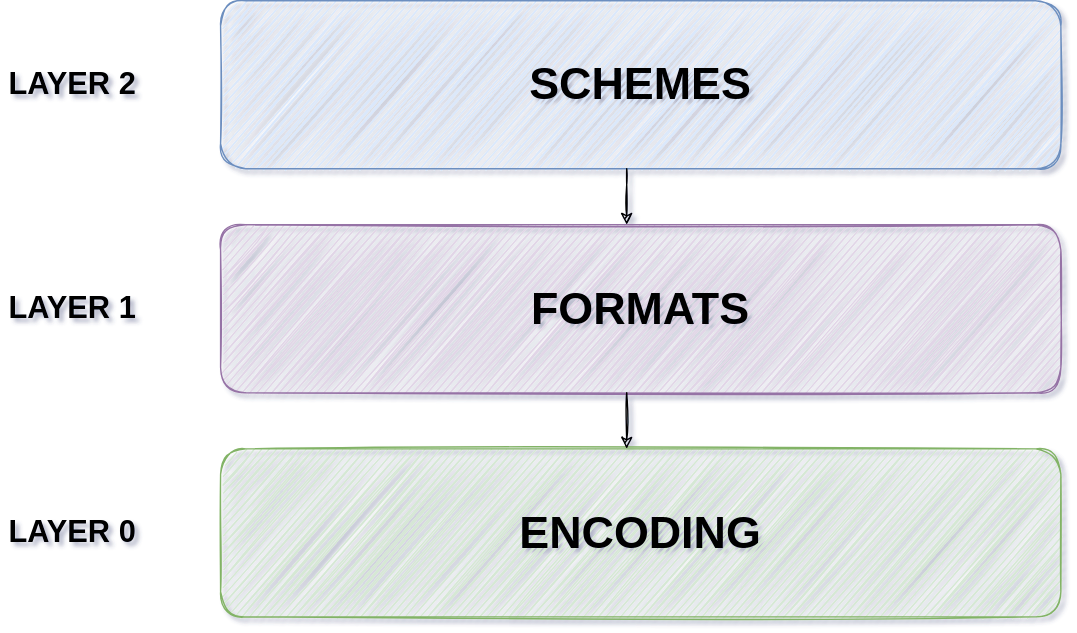
The draw.io diagram design/img/overview.svg in cryptobern/thetacrypt, before a commit. Source tidied: cells renumbered, new cells last; positions are measured from the earlier drawing's top-left corner, leaving out a move shared by most shapes. Source of this version:
```xml
<mxGraphModel shadow="1">
  <root>
    <mxCell id="0" />
    <mxCell id="1" parent="0" />
    <mxCell id="2" value="SCHEMES" style="whiteSpace=wrap;html=1;fontStyle=1;fontSize=32;fillColor=#dae8fc;strokeColor=#6c8ebf;rounded=1;sketch=1;" parent="1" vertex="1">
      <mxGeometry x="157" width="600" height="120" as="geometry" />
    </mxCell>
    <mxCell id="3" value="FORMATS" style="whiteSpace=wrap;html=1;fontStyle=1;fontSize=32;fillColor=#e1d5e7;strokeColor=#9673a6;rounded=1;sketch=1;" parent="1" vertex="1">
      <mxGeometry x="157" y="160" width="600" height="120" as="geometry" />
    </mxCell>
    <mxCell id="4" value="ENCODING" style="whiteSpace=wrap;html=1;fontStyle=1;fontSize=32;fillColor=#d5e8d4;strokeColor=#82b366;rounded=1;sketch=1;" parent="1" vertex="1">
      <mxGeometry x="157" y="320" width="600" height="120" as="geometry" />
    </mxCell>
    <mxCell id="5" value="LAYER 2" style="text;html=1;align=center;verticalAlign=middle;strokeColor=none;fontStyle=1;rounded=1;sketch=1;fontSize=22;" parent="1" vertex="1">
      <mxGeometry y="45" width="101" height="30" as="geometry" />
    </mxCell>
    <mxCell id="6" value="LAYER 1" style="text;html=1;align=center;verticalAlign=middle;strokeColor=none;fontStyle=1;rounded=1;sketch=1;fontSize=22;" parent="1" vertex="1">
      <mxGeometry y="205" width="101" height="30" as="geometry" />
    </mxCell>
    <mxCell id="7" value="LAYER 0" style="text;html=1;align=center;verticalAlign=middle;strokeColor=none;fontStyle=1;rounded=1;sketch=1;fontSize=22;" parent="1" vertex="1">
      <mxGeometry y="365" width="101" height="30" as="geometry" />
    </mxCell>
    <mxCell id="8" style="endArrow=classic;html=1;fontSize=32;sketch=1;" parent="1" edge="1">
      <mxGeometry relative="1" as="geometry">
        <mxPoint x="447" y="280" as="sourcePoint" />
        <mxPoint x="447" y="320" as="targetPoint" />
      </mxGeometry>
    </mxCell>
    <mxCell id="9" style="endArrow=classic;html=1;fontSize=32;sketch=1;" parent="1" edge="1">
      <mxGeometry relative="1" as="geometry">
        <mxPoint x="447" y="120" as="sourcePoint" />
        <mxPoint x="447" y="160" as="targetPoint" />
      </mxGeometry>
    </mxCell>
  </root>
</mxGraphModel>
```
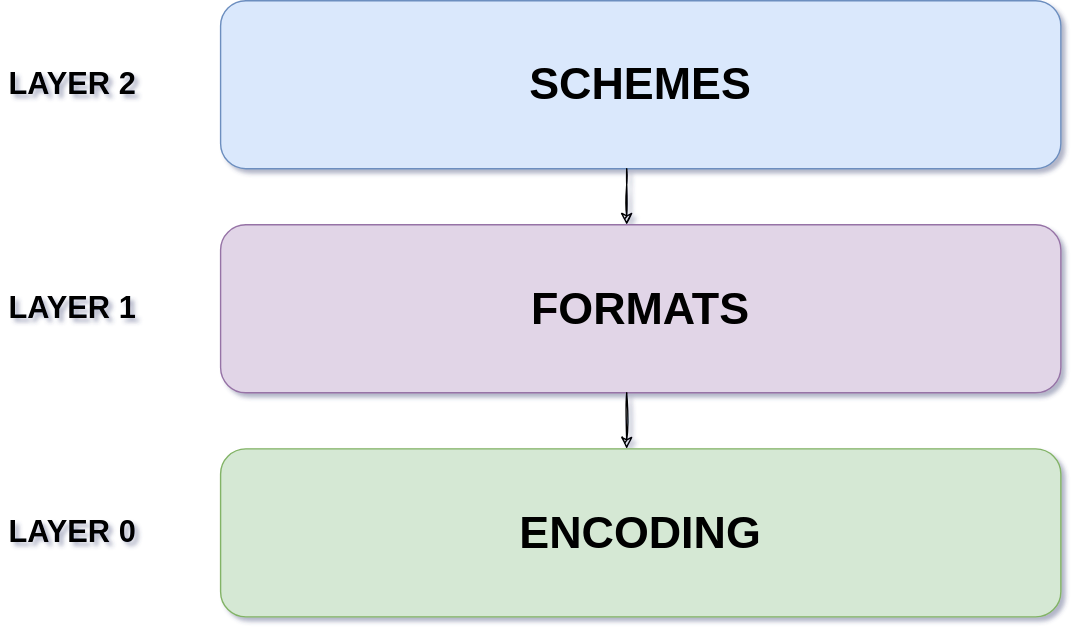
The same file after the commit.

Change to the diagram source:
```diff
@@ -2,13 +2,13 @@
   <root>
     <mxCell id="0" />
     <mxCell id="1" parent="0" />
-    <mxCell id="2" value="SCHEMES" style="whiteSpace=wrap;html=1;fontStyle=1;fontSize=32;fillColor=#dae8fc;strokeColor=#6c8ebf;rounded=1;sketch=1;" parent="1" vertex="1">
+    <mxCell id="2" value="SCHEMES" style="whiteSpace=wrap;html=1;fontStyle=1;fontSize=32;fillColor=#dae8fc;strokeColor=#6c8ebf;rounded=1;sketch=0;" parent="1" vertex="1">
       <mxGeometry x="157" width="600" height="120" as="geometry" />
     </mxCell>
-    <mxCell id="3" value="FORMATS" style="whiteSpace=wrap;html=1;fontStyle=1;fontSize=32;fillColor=#e1d5e7;strokeColor=#9673a6;rounded=1;sketch=1;" parent="1" vertex="1">
+    <mxCell id="3" value="FORMATS" style="whiteSpace=wrap;html=1;fontStyle=1;fontSize=32;fillColor=#e1d5e7;strokeColor=#9673a6;rounded=1;sketch=0;" parent="1" vertex="1">
       <mxGeometry x="157" y="160" width="600" height="120" as="geometry" />
     </mxCell>
-    <mxCell id="4" value="ENCODING" style="whiteSpace=wrap;html=1;fontStyle=1;fontSize=32;fillColor=#d5e8d4;strokeColor=#82b366;rounded=1;sketch=1;" parent="1" vertex="1">
+    <mxCell id="4" value="ENCODING" style="whiteSpace=wrap;html=1;fontStyle=1;fontSize=32;fillColor=#d5e8d4;strokeColor=#82b366;rounded=1;sketch=0;" parent="1" vertex="1">
       <mxGeometry x="157" y="320" width="600" height="120" as="geometry" />
     </mxCell>
     <mxCell id="5" value="LAYER 2" style="text;html=1;align=center;verticalAlign=middle;strokeColor=none;fontStyle=1;rounded=1;sketch=1;fontSize=22;" parent="1" vertex="1">
```
